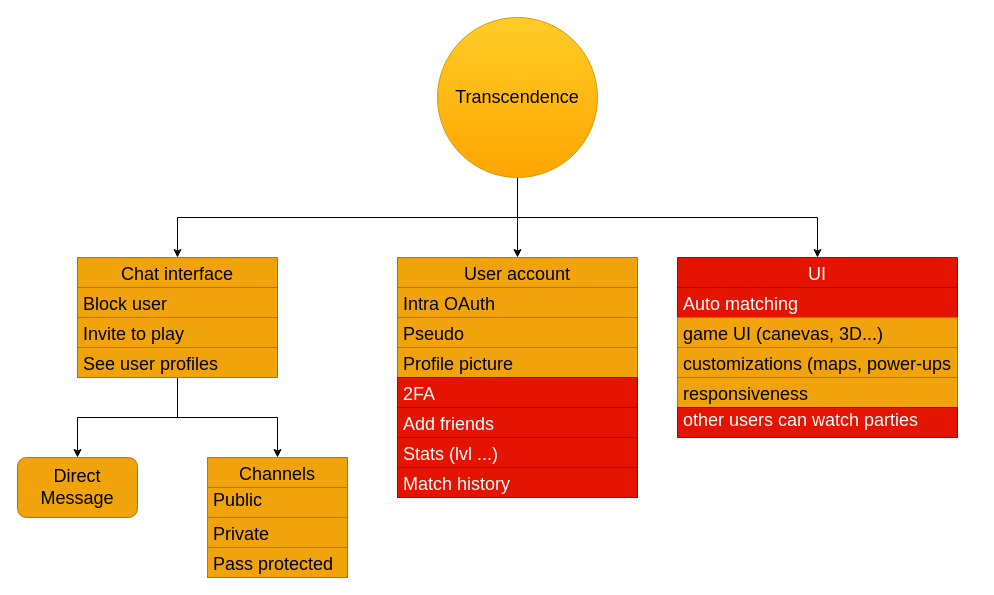
Above: docs/todo.drawio in frdescam/transcendence (draw.io), before the change. Source tidied: cells renumbered, new cells numbered last; positions are measured from the earlier drawing's top-left corner, leaving out a move shared by most shapes. Both pictures are drawn from the tidied source at 100%, with x=0, y=0 at pixel (17, 17).
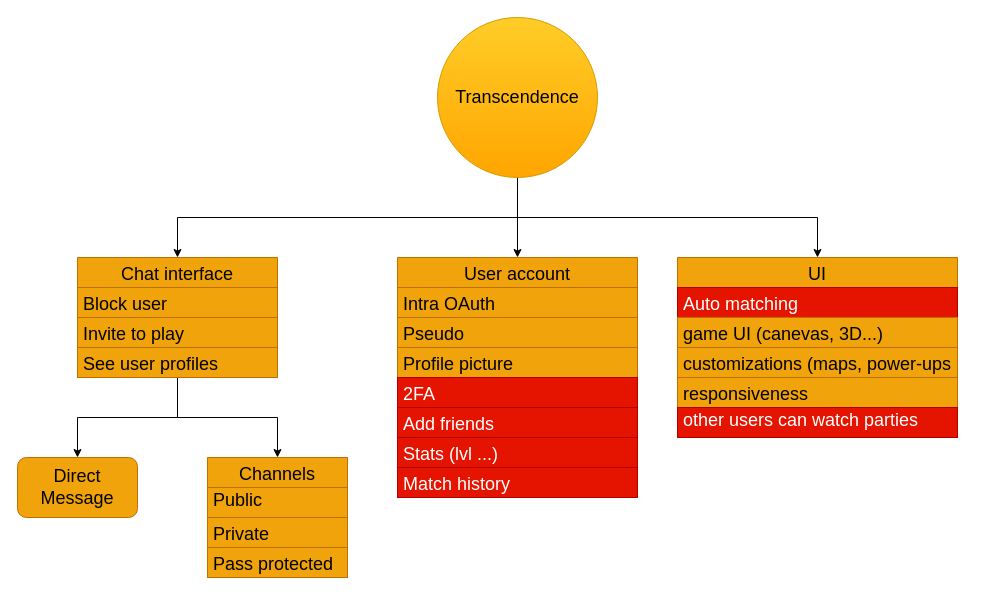
The same diagram, later.

Commit message (it also covers changes not shown here):
fix todo diagran

Diff of the diagram source:
```diff
@@
-    <mxCell id="25" value="UI" style="swimlane;fontStyle=0;horizontal=1;startSize=30;fontSize=18;fillColor=#e51400;fontColor=#ffffff;strokeColor=#B20000;" parent="1" vertex="1">
+    <mxCell id="25" value="UI" style="swimlane;fontStyle=0;horizontal=1;startSize=30;fontSize=18;fillColor=#f0a30a;fontColor=#000000;strokeColor=#BD7000;" parent="1" vertex="1">
       <mxGeometry x="660" y="240" width="280" height="180" as="geometry" />
     </mxCell>
```
